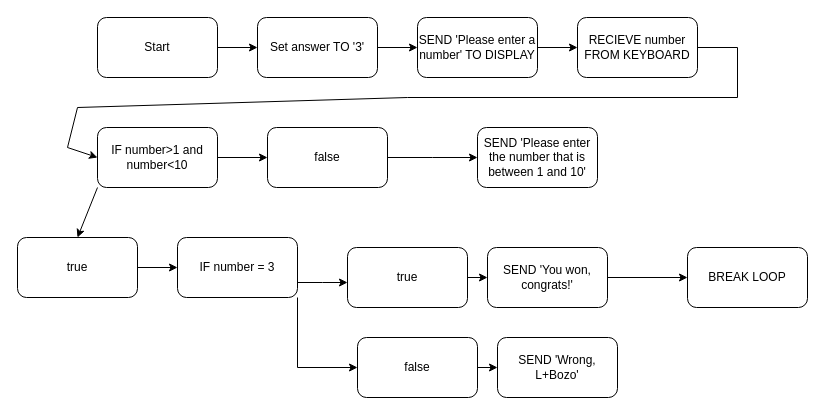
The draw.io diagram gaypicker.drawio in Namo69/NamoRattavi, before the edit. Source tidied: cells renumbered, new cells numbered last; positions are measured from the earlier drawing's top-left corner, leaving out a move shared by most shapes. Both pictures are drawn from the tidied source at 100%, with x=0, y=0 at pixel (17, 17).
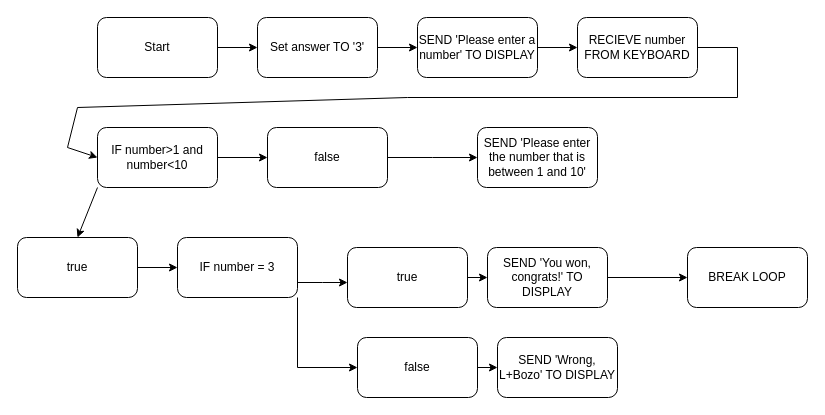
The same page after the edit.

The edit, as a diff of the source:
```diff
@@
-    <mxCell id="29" value="SEND 'You won, congrats!'" style="rounded=1;whiteSpace=wrap;html=1;" parent="1" vertex="1">
+    <mxCell id="29" value="SEND 'You won, congrats!' TO DISPLAY" style="rounded=1;whiteSpace=wrap;html=1;" parent="1" vertex="1">
       <mxGeometry x="470" y="230" width="120" height="60" as="geometry" />
     </mxCell>
-    <mxCell id="30" value="SEND 'Wrong, L+Bozo'" style="rounded=1;whiteSpace=wrap;html=1;" parent="1" vertex="1">
+    <mxCell id="30" value="SEND 'Wrong, L+Bozo' TO DISPLAY" style="rounded=1;whiteSpace=wrap;html=1;" parent="1" vertex="1">
       <mxGeometry x="480" y="320" width="120" height="60" as="geometry" />
     </mxCell>
```
